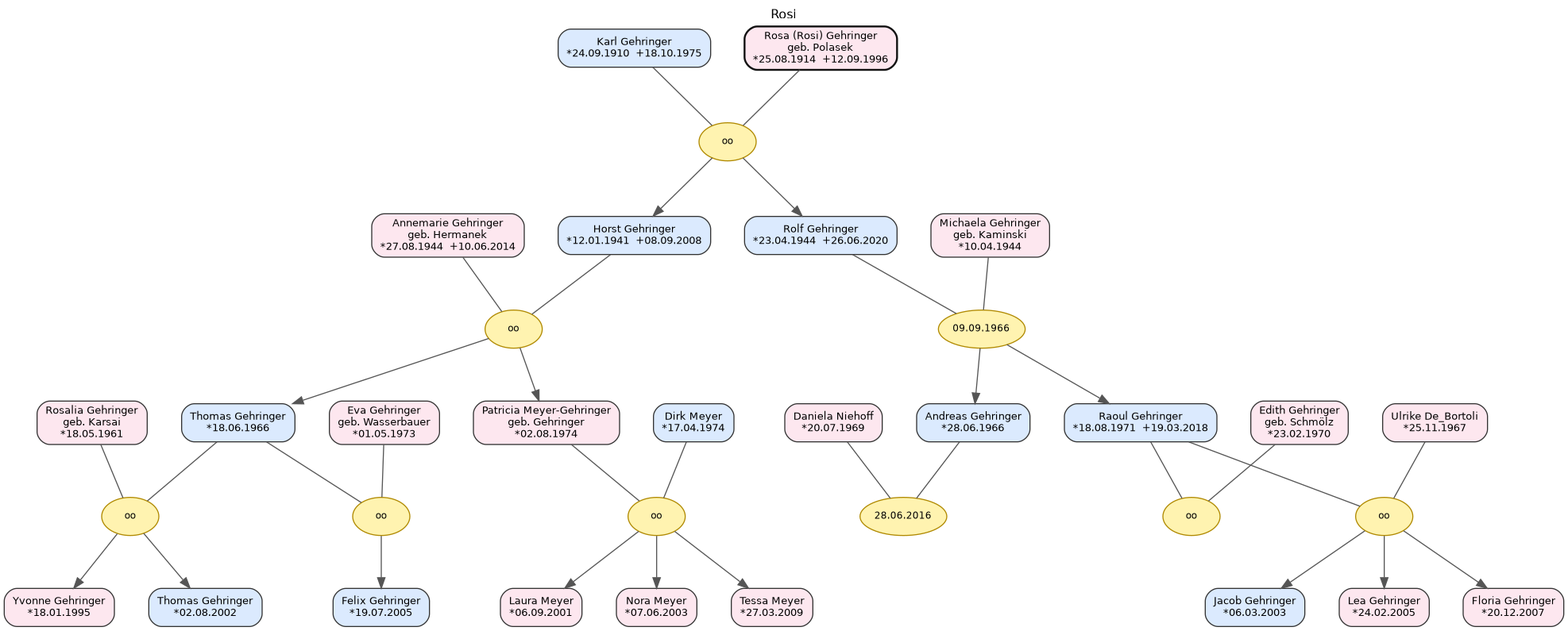
Above: Rosi_0_10.png in Konfusius16/Ahnentafel-Polasek (Graphviz), before the change. Its source is kept beside it as Rosi_0_10.dot.
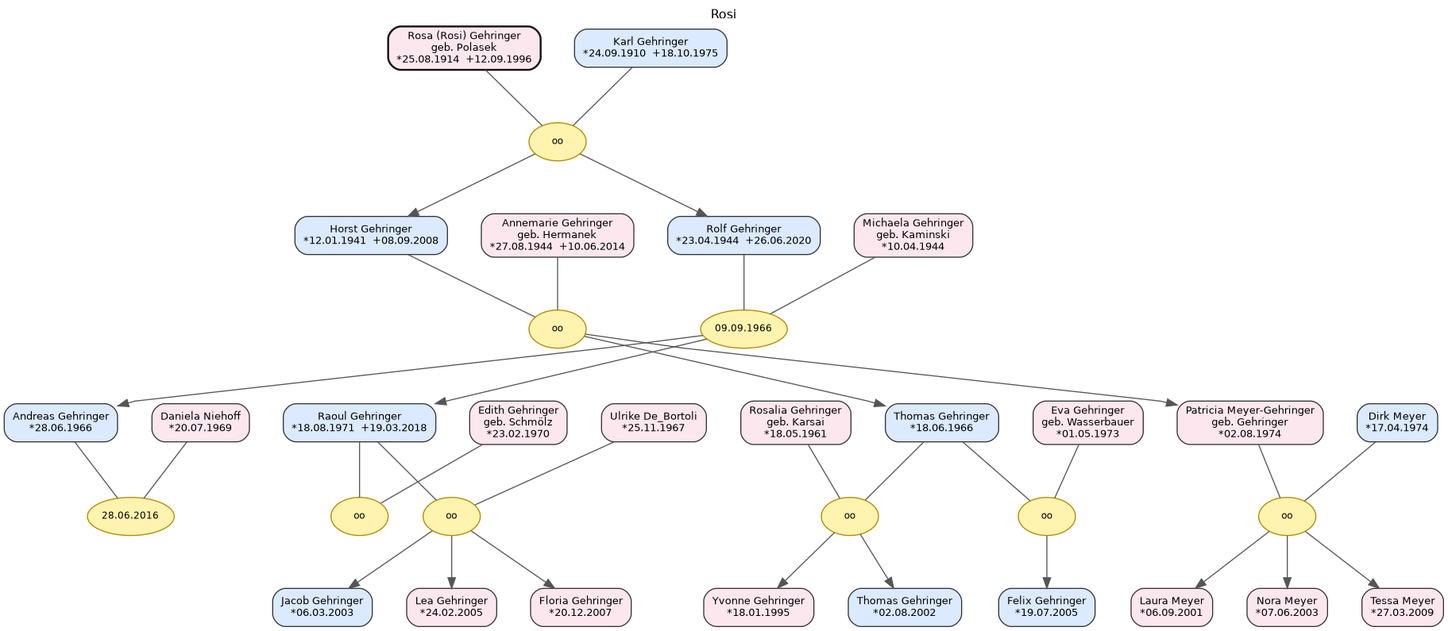
The same diagram one commit later.

Diff of the diagram source:
```diff
@@ -3,63 +3,142 @@
 	graph [fontname="DejaVu Sans" fontsize=12 label=Rosi labelloc=t]
 	node [color="#333333" fontname="DejaVu Sans" fontsize=10 shape=box style="rounded,filled"]
 	edge [color="#555555" fontname="DejaVu Sans"]
-	geh01 [label="Horst Gehringer
-*12.01.1941  +08.09.2008" fillcolor="#dbeafe" id=P_geh01]
+	att38 [label="Rosa (Rosi) Gehringer
+geb. Polasek
+*25.08.1914  +12.09.1996" color="#111111" fillcolor="#fde7ef" id=P_att38 penwidth=1.8]
+	g4p08 [label="Nora Meyer
+*07.06.2003" fillcolor="#fde7ef" id=P_g4p08]
+	geh04 [label="Michaela Gehringer
+geb. Kaminski
+*10.04.1944" fillcolor="#fde7ef" id=P_geh04]
+	g4p09 [label="Tessa Meyer
+*27.03.2009" fillcolor="#fde7ef" id=P_g4p09]
+	g4p04 [label="Eva Gehringer
+geb. Wasserbauer
+*01.05.1973" fillcolor="#fde7ef" id=P_g4p04]
+	geh07 [label="Andreas Gehringer
+*28.06.1966" fillcolor="#dbeafe" id=P_geh07]
+	g4p06 [label="Dirk Meyer
+*17.04.1974" fillcolor="#dbeafe" id=P_g4p06]
+	geh06 [label="Patricia Meyer-Gehringer
+geb. Gehringer
+*02.08.1974" fillcolor="#fde7ef" id=P_geh06]
+	geh02 [label="Annemarie Gehringer
+geb. Hermanek
+*27.08.1944  +10.06.2014" fillcolor="#fde7ef" id=P_geh02]
+	geh08 [label="Raoul Gehringer
+*18.08.1971  +19.03.2018" fillcolor="#dbeafe" id=P_geh08]
+	g5p10 [label="Floria Gehringer
+*20.12.2007" fillcolor="#fde7ef" id=P_g5p10]
+	g5p07 [label="Ulrike De_Bortoli
+*25.11.1967" fillcolor="#fde7ef" id=P_g5p07]
 	g4p02 [label="Yvonne Gehringer
 *18.01.1995" fillcolor="#fde7ef" id=P_g4p02]
-	g5p08 [label="Jacob Gehringer
-*06.03.2003" fillcolor="#dbeafe" id=P_g5p08]
-	g4p07 [label="Laura Meyer
-*06.09.2001" fillcolor="#fde7ef" id=P_g4p07]
+	g4p05 [label="Felix Gehringer
+*19.07.2005" fillcolor="#dbeafe" id=P_g4p05]
 	geh05 [label="Thomas Gehringer
 *18.06.1966" fillcolor="#dbeafe" id=P_geh05]
-	g4p08 [label="Nora Meyer
-*07.06.2003" fillcolor="#fde7ef" id=P_g4p08]
-	g4p05 [label="Felix Gehringer
-*19.07.2005" fillcolor="#dbeafe" id=P_g4p05]
-	g4p09 [label="Tessa Meyer
-*27.03.2009" fillcolor="#fde7ef" id=P_g4p09]
-	g4p03 [label="Thomas Gehringer
-*02.08.2002" fillcolor="#dbeafe" id=P_g4p03]
 	g5p09 [label="Lea Gehringer
 *24.02.2005" fillcolor="#fde7ef" id=P_g5p09]
-	geh09 [label="Karl Gehringer
-*24.09.1910  +18.10.1975" fillcolor="#dbeafe" id=P_geh09]
 	g4p01 [label="Rosalia Gehringer
 geb. Karsai
 *18.05.1961" fillcolor="#fde7ef" id=P_g4p01]
-	geh04 [label="Michaela Gehringer
-geb. Kaminski
-*10.04.1944" fillcolor="#fde7ef" id=P_geh04]
+	g4p07 [label="Laura Meyer
+*06.09.2001" fillcolor="#fde7ef" id=P_g4p07]
 	geh03 [label="Rolf Gehringer
 *23.04.1944  +26.06.2020" fillcolor="#dbeafe" id=P_geh03]
-	g4p04 [label="Eva Gehringer
-geb. Wasserbauer
-*01.05.1973" fillcolor="#fde7ef" id=P_g4p04]
-	g5p07 [label="Ulrike De_Bortoli
-*25.11.1967" fillcolor="#fde7ef" id=P_g5p07]
-	geh06 [label="Patricia Meyer-Gehringer
-geb. Gehringer
-*02.08.1974" fillcolor="#fde7ef" id=P_geh06]
+	g5p08 [label="Jacob Gehringer
+*06.03.2003" fillcolor="#dbeafe" id=P_g5p08]
+	g5p04 [label="Daniela Niehoff
+*20.07.1969" fillcolor="#fde7ef" id=P_g5p04]
+	geh01 [label="Horst Gehringer
+*12.01.1941  +08.09.2008" fillcolor="#dbeafe" id=P_geh01]
 	gehS01 [label="Edith Gehringer
 geb. Schmölz
 *23.02.1970" fillcolor="#fde7ef" id=P_gehS01]
-	g5p10 [label="Floria Gehringer
-*20.12.2007" fillcolor="#fde7ef" id=P_g5p10]
-	att38 [label="Rosa (Rosi) Gehringer
-geb. Polasek
-*25.08.1914  +12.09.1996" color="#111111" fillcolor="#fde7ef" id=P_att38 penwidth=1.8]
-	geh07 [label="Andreas Gehringer
-*28.06.1966" fillcolor="#dbeafe" id=P_geh07]
-	geh08 [label="Raoul Gehringer
-*18.08.1971  +19.03.2018" fillcolor="#dbeafe" id=P_geh08]
-	g4p06 [label="Dirk Meyer
-*17.04.1974" fillcolor="#dbeafe" id=P_g4p06]
-	geh02 [label="Annemarie Gehringer
-geb. Hermanek
-*27.08.1944  +10.06.2014" fillcolor="#fde7ef" id=P_geh02]
-	g5p04 [label="Daniela Niehoff
-*20.07.1969" fillcolor="#fde7ef" id=P_g5p04]
+	g4p03 [label="Thomas Gehringer
+*02.08.2002" fillcolor="#dbeafe" id=P_g4p03]
+	geh09 [label="Karl Gehringer
+*24.09.1910  +18.10.1975" fillcolor="#dbeafe" id=P_geh09]
+	M_gehF1 [label=oo color="#b08900" fillcolor="#fff3b0" fontsize=9 id=M_gehF1 shape=ellipse style=filled]
+	subgraph rank_gehF1 {
+		rank=same
+		geh01
+		geh02
+	}
+	geh01 -> geh02 [constraint=true minlen=0 style=invis weight=3600]
+	geh01 -> M_gehF1 [dir=none minlen=1 weight=60]
+	geh02 -> M_gehF1 [dir=none minlen=1 weight=60]
+	subgraph kids_gehF1 {
+		rank=same
+		geh05
+		geh06
+	}
+	M_gehF1 -> geh05
+	M_gehF1 -> geh06
+	geh05 -> geh06 [constraint=true minlen=0 style=invis weight=1400]
+	subgraph pair_geh05 {
+		rank=same
+		geh05
+		g4p01
+	}
+	geh05 -> g4p01 [constraint=true minlen=0 style=invis weight=2600]
+	g4p01 -> geh06 [constraint=true minlen=0 style=invis weight=2000]
+	subgraph pair_geh06 {
+		rank=same
+		geh06
+		g4p06
+	}
+	g4p06 -> geh06 [constraint=true minlen=0 style=invis weight=2600]
+	M_g5F4 [label=oo color="#b08900" fillcolor="#fff3b0" fontsize=9 id=M_g5F4 shape=ellipse style=filled]
+	subgraph rank_g5F4 {
+		rank=same
+		geh08
+		g5p07
+	}
+	geh08 -> g5p07 [constraint=true minlen=0 style=invis weight=3600]
+	geh08 -> M_g5F4 [dir=none minlen=1 weight=60]
+	g5p07 -> M_g5F4 [dir=none minlen=1 weight=60]
+	subgraph kids_g5F4 {
+		rank=same
+		g5p08
+		g5p09
+		g5p10
+	}
+	M_g5F4 -> g5p08
+	M_g5F4 -> g5p09
+	M_g5F4 -> g5p10
+	g5p08 -> g5p09 [constraint=true minlen=0 style=invis weight=1400]
+	g5p09 -> g5p10 [constraint=true minlen=0 style=invis weight=1400]
+	M_g4F3 [label=oo color="#b08900" fillcolor="#fff3b0" fontsize=9 id=M_g4F3 shape=ellipse style=filled]
+	subgraph rank_g4F3 {
+		rank=same
+		g4p06
+		geh06
+	}
+	g4p06 -> geh06 [constraint=true minlen=0 style=invis weight=3600]
+	g4p06 -> M_g4F3 [dir=none minlen=1 weight=60]
+	geh06 -> M_g4F3 [dir=none minlen=1 weight=60]
+	subgraph kids_g4F3 {
+		rank=same
+		g4p07
+		g4p08
+		g4p09
+	}
+	M_g4F3 -> g4p07
+	M_g4F3 -> g4p08
+	M_g4F3 -> g4p09
+	g4p07 -> g4p08 [constraint=true minlen=0 style=invis weight=1400]
+	g4p08 -> g4p09 [constraint=true minlen=0 style=invis weight=1400]
+	M_g5F2 [label="28.06.2016" color="#b08900" fillcolor="#fff3b0" fontsize=9 id=M_g5F2 shape=ellipse style=filled]
+	subgraph rank_g5F2 {
+		rank=same
+		geh07
+		g5p04
+	}
+	geh07 -> g5p04 [constraint=true minlen=0 style=invis weight=3600]
+	geh07 -> M_g5F2 [dir=none minlen=1 weight=60]
+	g5p04 -> M_g5F2 [dir=none minlen=1 weight=60]
 	M_g4F1 [label=oo color="#b08900" fillcolor="#fff3b0" fontsize=9 id=M_g4F1 shape=ellipse style=filled]
 	subgraph rank_g4F1 {
 		rank=same
@@ -107,56 +186,29 @@
 		gehS01
 	}
 	geh08 -> gehS01 [constraint=true minlen=0 style=invis weight=2600]
-	M_g4F3 [label=oo color="#b08900" fillcolor="#fff3b0" fontsize=9 id=M_g4F3 shape=ellipse style=filled]
-	subgraph rank_g4F3 {
-		rank=same
-		g4p06
-		geh06
-	}
-	g4p06 -> geh06 [constraint=true minlen=0 style=invis weight=3600]
-	g4p06 -> M_g4F3 [dir=none minlen=1 weight=60]
-	geh06 -> M_g4F3 [dir=none minlen=1 weight=60]
-	subgraph kids_g4F3 {
-		rank=same
-		g4p07
-		g4p08
-		g4p09
-	}
-	M_g4F3 -> g4p07
-	M_g4F3 -> g4p08
-	M_g4F3 -> g4p09
-	g4p07 -> g4p08 [constraint=true minlen=0 style=invis weight=1400]
-	g4p08 -> g4p09 [constraint=true minlen=0 style=invis weight=1400]
-	M_gehF1 [label=oo color="#b08900" fillcolor="#fff3b0" fontsize=9 id=M_gehF1 shape=ellipse style=filled]
-	subgraph rank_gehF1 {
-		rank=same
-		geh01
-		geh02
-	}
-	geh01 -> geh02 [constraint=true minlen=0 style=invis weight=3600]
-	geh01 -> M_gehF1 [dir=none minlen=1 weight=60]
-	geh02 -> M_gehF1 [dir=none minlen=1 weight=60]
-	subgraph kids_gehF1 {
+	M_g4F2 [label=oo color="#b08900" fillcolor="#fff3b0" fontsize=9 id=M_g4F2 shape=ellipse style=filled]
+	subgraph rank_g4F2 {
 		rank=same
 		geh05
-		geh06
+		g4p04
 	}
-	M_gehF1 -> geh05
-	M_gehF1 -> geh06
-	geh05 -> geh06 [constraint=true minlen=0 style=invis weight=1400]
-	subgraph pair_geh05 {
+	geh05 -> g4p04 [constraint=true minlen=0 style=invis weight=3600]
+	geh05 -> M_g4F2 [dir=none minlen=1 weight=60]
+	g4p04 -> M_g4F2 [dir=none minlen=1 weight=60]
+	subgraph kids_g4F2 {
 		rank=same
-		geh05
-		g4p01
+		g4p05
 	}
-	geh05 -> g4p01 [constraint=true minlen=0 style=invis weight=2600]
-	g4p01 -> geh06 [constraint=true minlen=0 style=invis weight=2000]
-	subgraph pair_geh06 {
+	M_g4F2 -> g4p05
+	M_gehF4 [label=oo color="#b08900" fillcolor="#fff3b0" fontsize=9 id=M_gehF4 shape=ellipse style=filled]
+	subgraph rank_gehF4 {
 		rank=same
-		geh06
-		g4p06
+		geh08
+		gehS01
 	}
-	g4p06 -> geh06 [constraint=true minlen=0 style=invis weight=2600]
+	geh08 -> gehS01 [constraint=true minlen=0 style=invis weight=3600]
+	geh08 -> M_gehF4 [dir=none minlen=1 weight=60]
+	gehS01 -> M_gehF4 [dir=none minlen=1 weight=60]
 	M_gehF3 [label=oo color="#b08900" fillcolor="#fff3b0" fontsize=9 id=M_gehF3 shape=ellipse style=filled]
 	subgraph rank_gehF3 {
 		rank=same
@@ -187,58 +239,6 @@
 		geh04
 	}
 	geh03 -> geh04 [constraint=true minlen=0 style=invis weight=2600]
-	M_g4F2 [label=oo color="#b08900" fillcolor="#fff3b0" fontsize=9 id=M_g4F2 shape=ellipse style=filled]
-	subgraph rank_g4F2 {
-		rank=same
-		geh05
-		g4p04
-	}
-	geh05 -> g4p04 [constraint=true minlen=0 style=invis weight=3600]
-	geh05 -> M_g4F2 [dir=none minlen=1 weight=60]
-	g4p04 -> M_g4F2 [dir=none minlen=1 weight=60]
-	subgraph kids_g4F2 {
-		rank=same
-		g4p05
-	}
-	M_g4F2 -> g4p05
-	M_g5F2 [label="28.06.2016" color="#b08900" fillcolor="#fff3b0" fontsize=9 id=M_g5F2 shape=ellipse style=filled]
-	subgraph rank_g5F2 {
-		rank=same
-		geh07
-		g5p04
-	}
-	geh07 -> g5p04 [constraint=true minlen=0 style=invis weight=3600]
-	geh07 -> M_g5F2 [dir=none minlen=1 weight=60]
-	g5p04 -> M_g5F2 [dir=none minlen=1 weight=60]
-	M_gehF4 [label=oo color="#b08900" fillcolor="#fff3b0" fontsize=9 id=M_gehF4 shape=ellipse style=filled]
-	subgraph rank_gehF4 {
-		rank=same
-		geh08
-		gehS01
-	}
-	geh08 -> gehS01 [constraint=true minlen=0 style=invis weight=3600]
-	geh08 -> M_gehF4 [dir=none minlen=1 weight=60]
-	gehS01 -> M_gehF4 [dir=none minlen=1 weight=60]
-	M_g5F4 [label=oo color="#b08900" fillcolor="#fff3b0" fontsize=9 id=M_g5F4 shape=ellipse style=filled]
-	subgraph rank_g5F4 {
-		rank=same
-		geh08
-		g5p07
-	}
-	geh08 -> g5p07 [constraint=true minlen=0 style=invis weight=3600]
-	geh08 -> M_g5F4 [dir=none minlen=1 weight=60]
-	g5p07 -> M_g5F4 [dir=none minlen=1 weight=60]
-	subgraph kids_g5F4 {
-		rank=same
-		g5p08
-		g5p09
-		g5p10
-	}
-	M_g5F4 -> g5p08
-	M_g5F4 -> g5p09
-	M_g5F4 -> g5p10
-	g5p08 -> g5p09 [constraint=true minlen=0 style=invis weight=1400]
-	g5p09 -> g5p10 [constraint=true minlen=0 style=invis weight=1400]
 	subgraph gen_0 {
 		rank=same
 		att38
```
